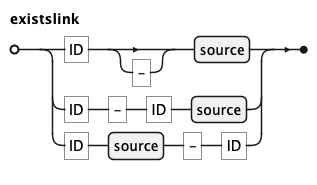
Earlier version of the PlantUML export docs/kql/existslink.png (koryki-java/core).
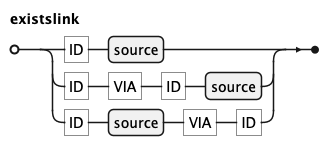
The same file after the commit.

Change to the diagram source:
```diff
@@ -5,9 +5,9 @@
 
 'title existslink
 
-existslink = "ID", ["-"], source
-  | "ID", "-", "ID", source
-  | "ID", source, "-", "ID"
+existslink = "ID", source
+  | "ID", "VIA", "ID", source
+  | "ID", source, "VIA", "ID"
 ;
 
 @endebnf
```
